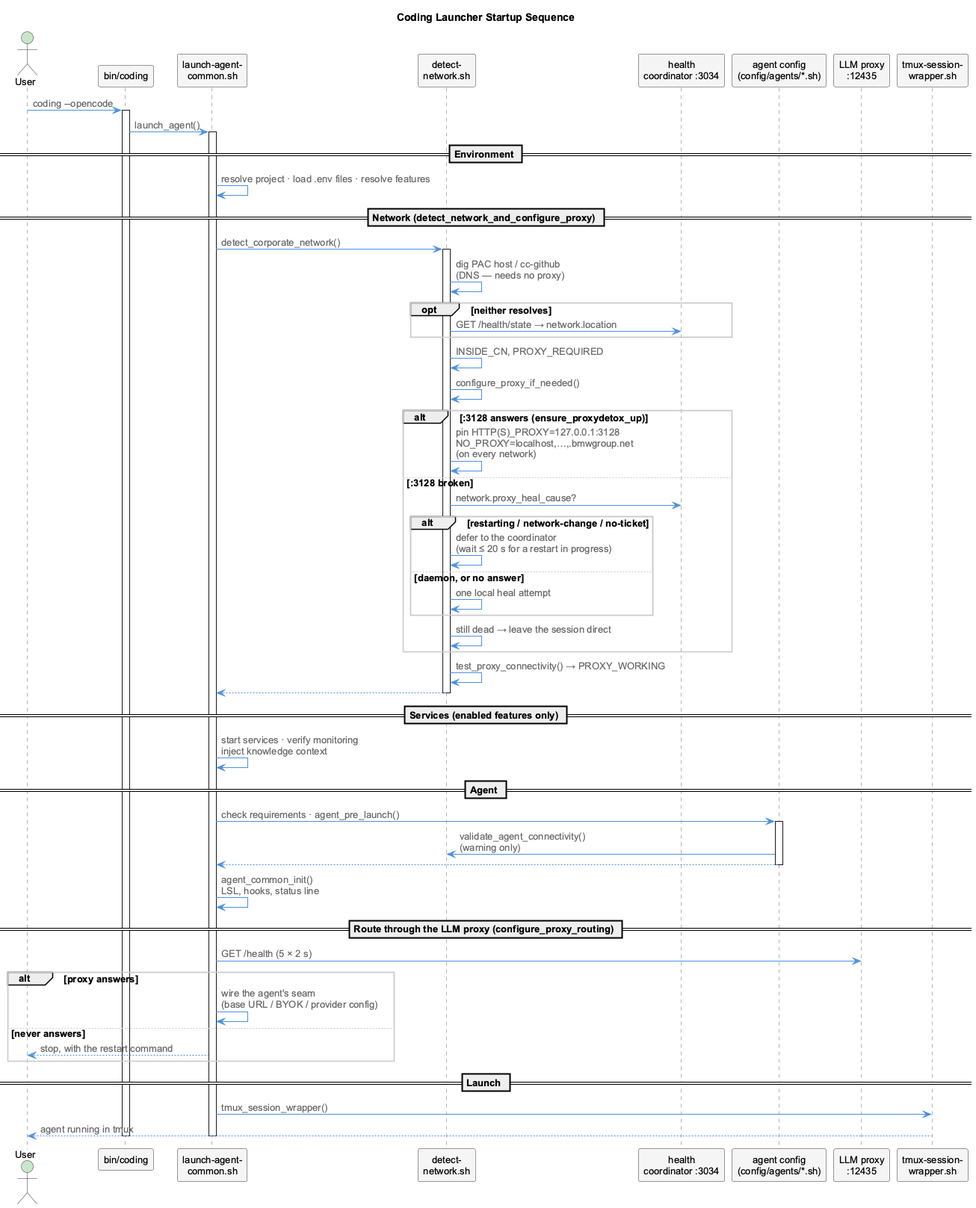
Earlier version of the PlantUML export docs/images/launcher-startup-sequence.png (fwornle/coding).
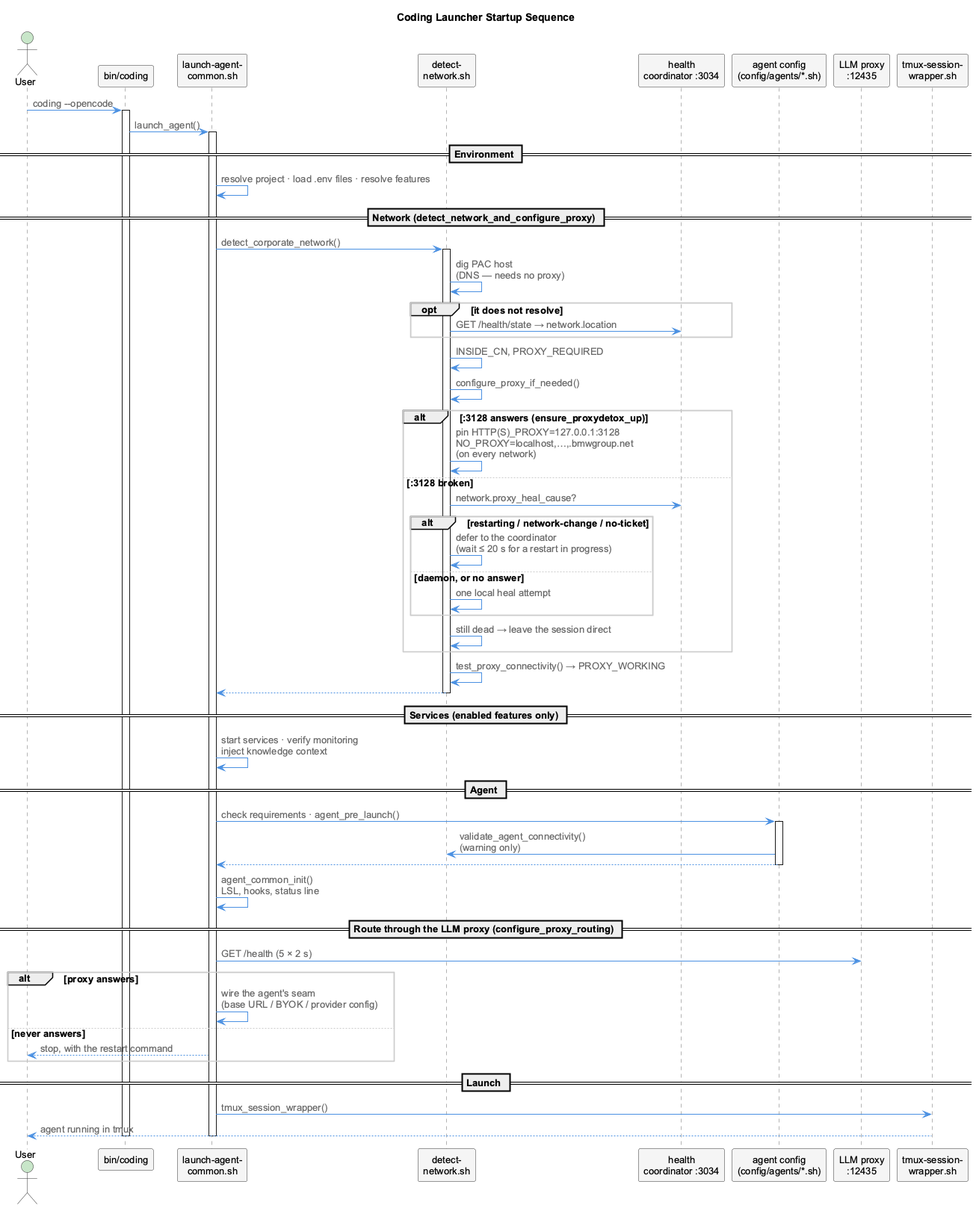
Above is the later version.

Commit message:
chore: drop the retired cc-github host

The edit, as a diff of the source:
```diff
@@ -25,8 +25,8 @@
 == Network (detect_network_and_configure_proxy) ==
 common -> network: detect_corporate_network()
 activate network
-network -> network: dig PAC host / cc-github\n(DNS — needs no proxy)
-opt neither resolves
+network -> network: dig PAC host\n(DNS — needs no proxy)
+opt it does not resolve
   network -> coord: GET /health/state → network.location
 end
 network -> network: INSIDE_CN, PROXY_REQUIRED
```
